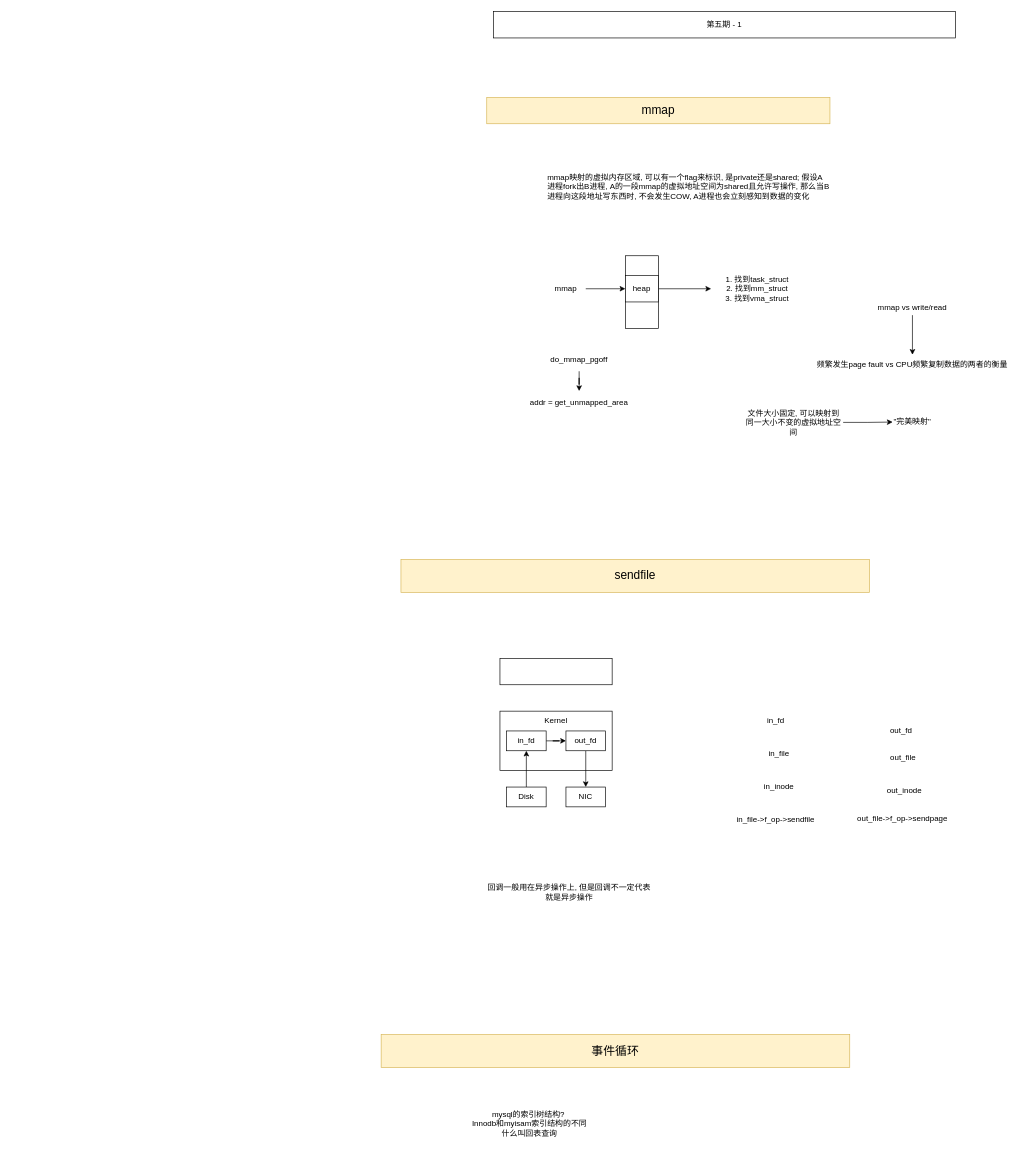
Above: IO-2.drawio in haoboliu66/Diagram (draw.io), before the change. Source tidied: cells renumbered, new cells numbered last; positions are measured from the earlier drawing's top-left corner, leaving out a move shared by most shapes. Both pictures are drawn from the tidied source at 66%, with x=0, y=0 at pixel (381, 11).
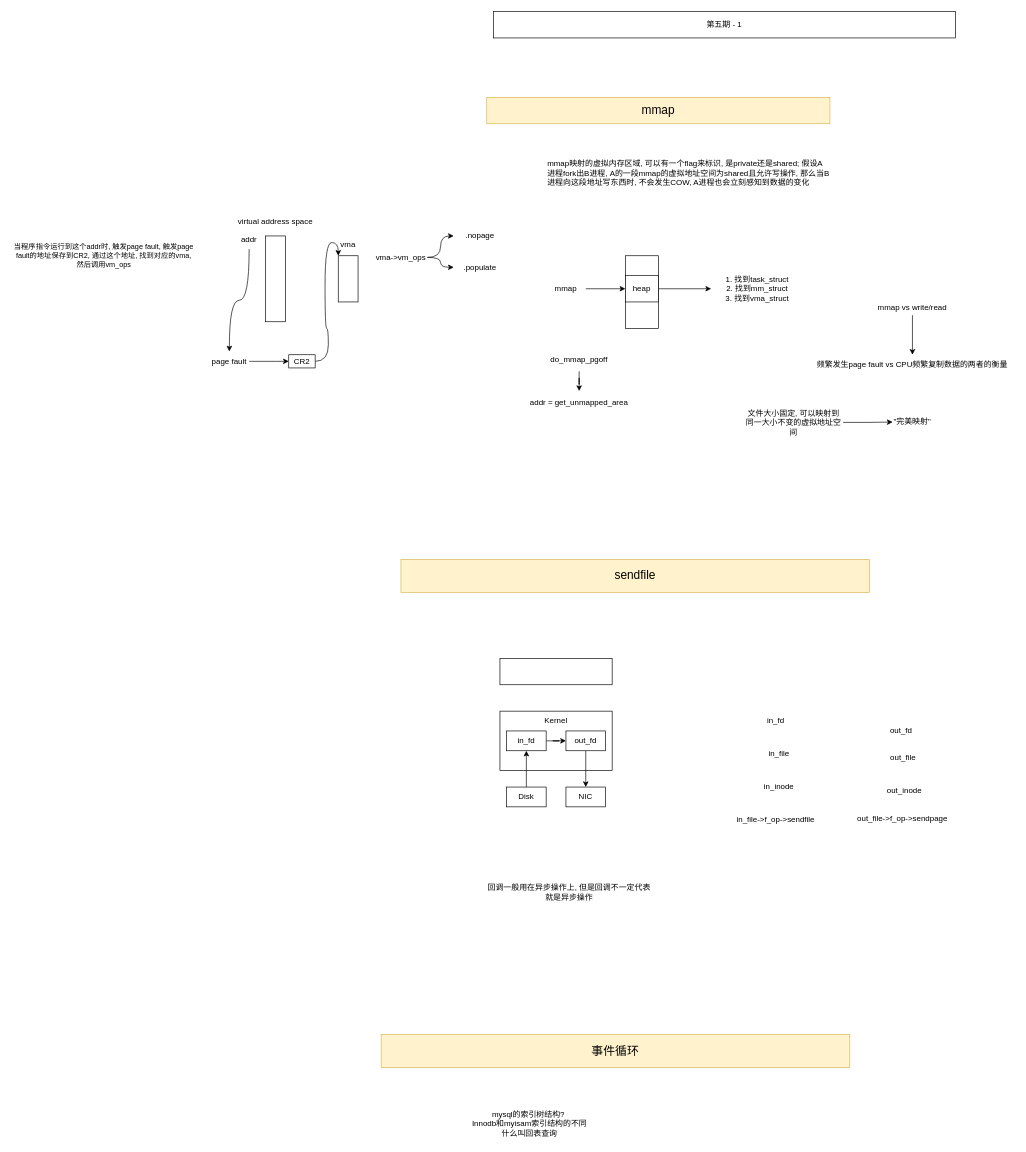
Above is the later version.

Diff of the diagram source:
```diff
@@
     <mxCell id="3" value="mmap映射的虚拟内存区域, 可以有一个flag来标识, 是private还是shared; 假设A进程fork出B进程, A的一段mmap的虚拟地址空间为shared且允许写操作, 那么当B进程向这段地址写东西时, 不会发生COW, A进程也会立刻感知到数据的变化" style="text;html=1;strokeColor=none;fillColor=none;align=left;verticalAlign=middle;whiteSpace=wrap;rounded=0;" parent="1" vertex="1">
-      <mxGeometry x="250" y="220" width="430" height="90" as="geometry" />
+      <mxGeometry x="250" y="200" width="430" height="90" as="geometry" />
     </mxCell>
@@
+    <mxCell id="41" style="rounded=0;whiteSpace=wrap;html=1;" parent="1" vertex="1">
+      <mxGeometry x="-175" y="340" width="30" height="130" as="geometry" />
+    </mxCell>
+    <mxCell id="42" value="virtual address space" style="text;html=1;strokeColor=none;fillColor=none;align=center;verticalAlign=middle;whiteSpace=wrap;rounded=0;" parent="1" vertex="1">
+      <mxGeometry x="-220" y="300" width="120" height="35" as="geometry" />
+    </mxCell>
+    <mxCell id="43" style="rounded=0;whiteSpace=wrap;html=1;" parent="1" vertex="1">
+      <mxGeometry x="-65" y="370" width="30" height="70" as="geometry" />
+    </mxCell>
+    <mxCell id="44" value="vma" style="text;html=1;strokeColor=none;fillColor=none;align=center;verticalAlign=middle;whiteSpace=wrap;rounded=0;" parent="1" vertex="1">
+      <mxGeometry x="-75" y="340" width="50" height="25" as="geometry" />
+    </mxCell>
+    <mxCell id="45" style="edgeStyle=orthogonalEdgeStyle;shape=connector;curved=1;rounded=0;jettySize=auto;html=1;entryX=0;entryY=0.5;entryDx=0;entryDy=0;labelBackgroundColor=default;strokeColor=default;fontFamily=Helvetica;fontSize=11;fontColor=default;endArrow=classic;" parent="1" edge="1" source="46" target="48">
+      <mxGeometry relative="1" as="geometry" />
+    </mxCell>
+    <mxCell id="46" value="page fault" style="text;html=1;strokeColor=none;fillColor=none;align=center;verticalAlign=middle;whiteSpace=wrap;rounded=0;" parent="1" vertex="1">
+      <mxGeometry x="-260" y="515" width="60" height="30" as="geometry" />
+    </mxCell>
+    <mxCell id="47" style="edgeStyle=orthogonalEdgeStyle;shape=connector;curved=1;rounded=0;jettySize=auto;html=1;entryX=0;entryY=0;entryDx=0;entryDy=0;labelBackgroundColor=default;strokeColor=default;fontFamily=Helvetica;fontSize=11;fontColor=default;endArrow=classic;" parent="1" edge="1" source="48" target="43">
+      <mxGeometry relative="1" as="geometry" />
+    </mxCell>
+    <mxCell id="48" value="CR2" style="rounded=0;whiteSpace=wrap;html=1;" parent="1" vertex="1">
+      <mxGeometry x="-140" y="520" width="40" height="20" as="geometry" />
+    </mxCell>
+    <mxCell id="49" style="edgeStyle=orthogonalEdgeStyle;rounded=0;jettySize=auto;html=1;entryX=0.5;entryY=0;entryDx=0;entryDy=0;curved=1;" parent="1" edge="1" source="50" target="46">
+      <mxGeometry relative="1" as="geometry" />
+    </mxCell>
+    <mxCell id="50" value="addr" style="text;html=1;strokeColor=none;fillColor=none;align=center;verticalAlign=middle;whiteSpace=wrap;rounded=0;" parent="1" vertex="1">
+      <mxGeometry x="-230" y="330" width="60" height="30" as="geometry" />
+    </mxCell>
+    <mxCell id="51" style="edgeStyle=orthogonalEdgeStyle;shape=connector;curved=1;rounded=0;jettySize=auto;html=1;entryX=0;entryY=0.5;entryDx=0;entryDy=0;labelBackgroundColor=default;strokeColor=default;fontFamily=Helvetica;fontSize=11;fontColor=default;endArrow=classic;" parent="1" edge="1" source="53" target="54">
+      <mxGeometry relative="1" as="geometry" />
+    </mxCell>
+    <mxCell id="52" style="edgeStyle=orthogonalEdgeStyle;shape=connector;curved=1;rounded=0;jettySize=auto;html=1;entryX=0;entryY=0.5;entryDx=0;entryDy=0;labelBackgroundColor=default;strokeColor=default;fontFamily=Helvetica;fontSize=11;fontColor=default;endArrow=classic;" parent="1" edge="1" source="53" target="55">
+      <mxGeometry relative="1" as="geometry" />
+    </mxCell>
+    <mxCell id="53" value="vma-&amp;gt;vm_ops" style="text;html=1;strokeColor=none;fillColor=none;align=center;verticalAlign=middle;whiteSpace=wrap;rounded=0;" parent="1" vertex="1">
+      <mxGeometry x="-10" y="360" width="80" height="25" as="geometry" />
+    </mxCell>
+    <mxCell id="54" value=".nopage" style="text;html=1;strokeColor=none;fillColor=none;align=center;verticalAlign=middle;whiteSpace=wrap;rounded=0;" parent="1" vertex="1">
+      <mxGeometry x="110" y="327.5" width="80" height="25" as="geometry" />
+    </mxCell>
+    <mxCell id="55" value=".populate" style="text;html=1;strokeColor=none;fillColor=none;align=center;verticalAlign=middle;whiteSpace=wrap;rounded=0;" parent="1" vertex="1">
+      <mxGeometry x="110" y="375" width="80" height="25" as="geometry" />
+    </mxCell>
+    <mxCell id="56" value="当程序指令运行到这个addr时, 触发page fault, 触发page fault的地址保存到CR2, 通过这个地址, 找到对应的vma, 然后调用vm_ops" style="text;html=1;strokeColor=none;fillColor=none;align=center;verticalAlign=middle;whiteSpace=wrap;rounded=0;fontSize=11;fontFamily=Helvetica;fontColor=default;" parent="1" vertex="1">
+      <mxGeometry x="-560" y="350" width="280" height="40" as="geometry" />
+    </mxCell>
```
